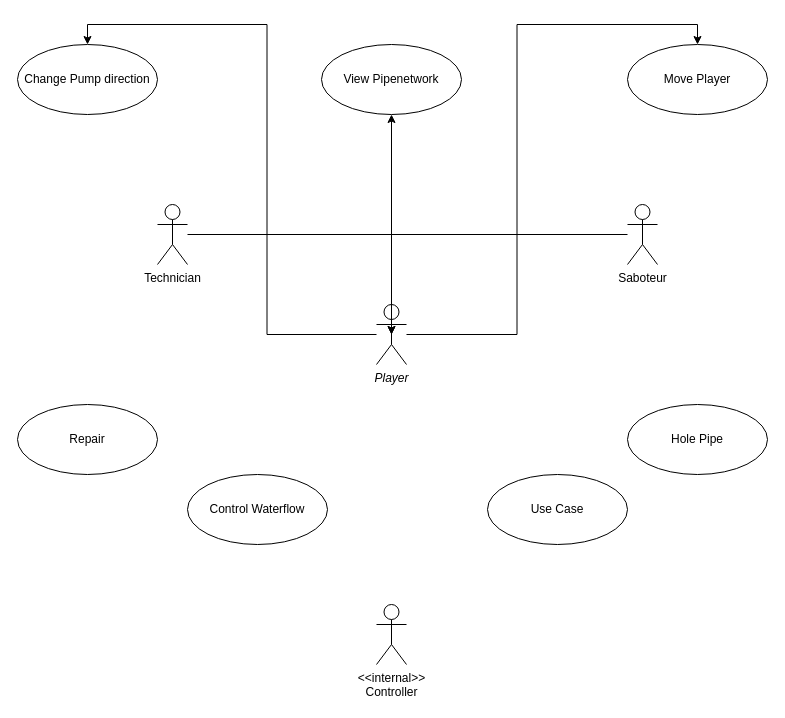
RuntimeError-BME/coursework keeps this draw.io diagram as misc/diagrams/USECASE.drawio. Above is the earlier version. Source tidied: cells renumbered, new cells numbered last; positions are measured from the earlier drawing's top-left corner, leaving out a move shared by most shapes. Both pictures are drawn from the tidied source at 100%, with x=0, y=0 at pixel (17, 44).
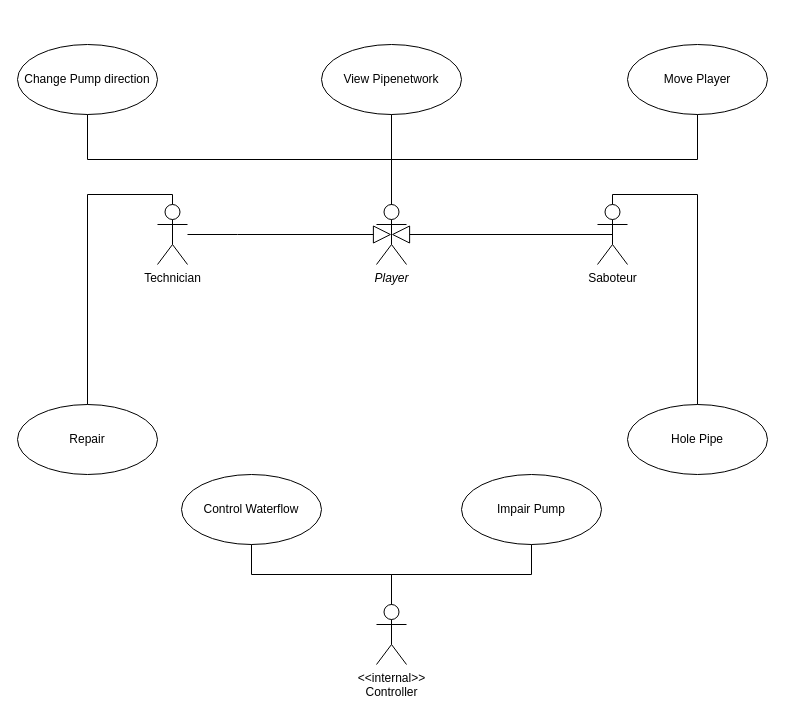
Above is the later version.

The change refers to these unchanged cells:
```xml
<mxCell id="2" value="View Pipenetwork" style="ellipse;whiteSpace=wrap;html=1;" parent="1" vertex="1">
  <mxGeometry x="304" width="140" height="70" as="geometry" />
</mxCell>
<mxCell id="3" value="Move Player" style="ellipse;whiteSpace=wrap;html=1;" parent="1" vertex="1">
  <mxGeometry x="610" width="140" height="70" as="geometry" />
</mxCell>
<mxCell id="4" value="Change Pump direction" style="ellipse;whiteSpace=wrap;html=1;" parent="1" vertex="1">
  <mxGeometry width="140" height="70" as="geometry" />
</mxCell>
<mxCell id="10" value="Technician" style="shape=umlActor;verticalLabelPosition=bottom;verticalAlign=top;html=1;outlineConnect=0;" parent="1" vertex="1">
  <mxGeometry x="140" y="160" width="30" height="60" as="geometry" />
</mxCell>
<mxCell id="13" value="&amp;lt;&amp;lt;internal&amp;gt;&amp;gt; &lt;br&gt;Controller" style="shape=umlActor;verticalLabelPosition=bottom;verticalAlign=top;html=1;outlineConnect=0;" parent="1" vertex="1">
  <mxGeometry x="359" y="560" width="30" height="60" as="geometry" />
</mxCell>
<mxCell id="14" value="Repair" style="ellipse;whiteSpace=wrap;html=1;" parent="1" vertex="1">
  <mxGeometry y="360" width="140" height="70" as="geometry" />
</mxCell>
<mxCell id="17" value="Hole Pipe" style="ellipse;whiteSpace=wrap;html=1;" parent="1" vertex="1">
  <mxGeometry x="610" y="360" width="140" height="70" as="geometry" />
</mxCell>
```

The edit, as a diff of the source:
```diff
@@
-    <mxCell id="5" style="edgeStyle=orthogonalEdgeStyle;rounded=0;jettySize=auto;html=1;entryX=0.5;entryY=0;entryDx=0;entryDy=0;" parent="1" edge="1" source="8" target="4">
-      <mxGeometry relative="1" as="geometry" />
-    </mxCell>
-    <mxCell id="6" style="edgeStyle=orthogonalEdgeStyle;rounded=0;jettySize=auto;html=1;" parent="1" edge="1" source="8" target="2">
-      <mxGeometry relative="1" as="geometry" />
-    </mxCell>
-    <mxCell id="7" style="edgeStyle=orthogonalEdgeStyle;rounded=0;jettySize=auto;html=1;entryX=0.5;entryY=0;entryDx=0;entryDy=0;" parent="1" edge="1" source="8" target="3">
-      <mxGeometry relative="1" as="geometry" />
-    </mxCell>
     <mxCell id="8" value="Player" style="shape=umlActor;verticalLabelPosition=bottom;verticalAlign=top;html=1;outlineConnect=0;fontStyle=2;" parent="1" vertex="1">
-      <mxGeometry x="359" y="260" width="30" height="60" as="geometry" />
+      <mxGeometry x="359" y="160" width="30" height="60" as="geometry" />
     </mxCell>
-    <mxCell id="9" style="edgeStyle=orthogonalEdgeStyle;rounded=0;jettySize=auto;html=1;entryX=0.5;entryY=0.5;entryDx=0;entryDy=0;entryPerimeter=0;" parent="1" edge="1" source="10" target="8">
-      <mxGeometry relative="1" as="geometry" />
-    </mxCell>
@@
-    <mxCell id="11" style="edgeStyle=orthogonalEdgeStyle;rounded=0;jettySize=auto;html=1;entryX=0.5;entryY=0.5;entryDx=0;entryDy=0;entryPerimeter=0;" parent="1" edge="1" source="12" target="8">
-      <mxGeometry relative="1" as="geometry" />
-    </mxCell>
     <mxCell id="12" value="Saboteur" style="shape=umlActor;verticalLabelPosition=bottom;verticalAlign=top;html=1;outlineConnect=0;" parent="1" vertex="1">
-      <mxGeometry x="610" y="160" width="30" height="60" as="geometry" />
+      <mxGeometry x="580" y="160" width="30" height="60" as="geometry" />
     </mxCell>
@@
     <mxCell id="15" value="Control Waterflow" style="ellipse;whiteSpace=wrap;html=1;" parent="1" vertex="1">
-      <mxGeometry x="170" y="430" width="140" height="70" as="geometry" />
+      <mxGeometry x="164" y="430" width="140" height="70" as="geometry" />
     </mxCell>
-    <mxCell id="16" value="Use Case" style="ellipse;whiteSpace=wrap;html=1;" parent="1" vertex="1">
-      <mxGeometry x="470" y="430" width="140" height="70" as="geometry" />
+    <mxCell id="16" value="Impair Pump" style="ellipse;whiteSpace=wrap;html=1;" parent="1" vertex="1">
+      <mxGeometry x="444" y="430" width="140" height="70" as="geometry" />
     </mxCell>
@@
+    <mxCell id="18" style="endArrow=block;endSize=16;endFill=0;html=1;rounded=0;entryX=0.5;entryY=0.5;entryDx=0;entryDy=0;entryPerimeter=0;" parent="1" edge="1" target="8">
+      <mxGeometry relative="1" as="geometry">
+        <mxPoint x="170" y="190" as="sourcePoint" />
+        <Array as="points">
+          <mxPoint x="220" y="190" />
+        </Array>
+      </mxGeometry>
+    </mxCell>
+    <mxCell id="11" style="endArrow=block;endSize=16;endFill=0;html=1;rounded=0;exitX=0.5;exitY=0.5;exitDx=0;exitDy=0;exitPerimeter=0;entryX=0.5;entryY=0.5;entryDx=0;entryDy=0;entryPerimeter=0;" parent="1" edge="1" source="12" target="8">
+      <mxGeometry relative="1" as="geometry" />
+    </mxCell>
+    <mxCell id="6" style="endArrow=none;html=1;edgeStyle=orthogonalEdgeStyle;rounded=0;exitX=0.5;exitY=0;exitDx=0;exitDy=0;exitPerimeter=0;" parent="1" edge="1" source="8" target="2">
+      <mxGeometry relative="1" as="geometry" />
+    </mxCell>
+    <mxCell id="5" style="endArrow=none;html=1;edgeStyle=orthogonalEdgeStyle;rounded=0;exitX=0.5;exitY=0;exitDx=0;exitDy=0;exitPerimeter=0;" parent="1" edge="1" source="8" target="4">
+      <mxGeometry relative="1" as="geometry" />
+    </mxCell>
+    <mxCell id="7" style="endArrow=none;html=1;edgeStyle=orthogonalEdgeStyle;rounded=0;exitX=0.5;exitY=0;exitDx=0;exitDy=0;exitPerimeter=0;entryX=0.5;entryY=1;entryDx=0;entryDy=0;" parent="1" edge="1" source="8" target="3">
+      <mxGeometry relative="1" as="geometry" />
+    </mxCell>
+    <mxCell id="19" style="endArrow=none;html=1;edgeStyle=orthogonalEdgeStyle;rounded=0;exitX=0.5;exitY=0;exitDx=0;exitDy=0;entryX=0.5;entryY=0;entryDx=0;entryDy=0;entryPerimeter=0;" parent="1" edge="1" source="14" target="10">
+      <mxGeometry relative="1" as="geometry" />
+    </mxCell>
+    <mxCell id="20" style="endArrow=none;html=1;edgeStyle=orthogonalEdgeStyle;rounded=0;exitX=0.5;exitY=0;exitDx=0;exitDy=0;entryX=0.5;entryY=0;entryDx=0;entryDy=0;entryPerimeter=0;" parent="1" edge="1" source="17" target="12">
+      <mxGeometry relative="1" as="geometry" />
+    </mxCell>
+    <mxCell id="21" style="endArrow=none;html=1;edgeStyle=orthogonalEdgeStyle;rounded=0;exitX=0.5;exitY=1;exitDx=0;exitDy=0;" parent="1" edge="1" source="15" target="13">
+      <mxGeometry relative="1" as="geometry" />
+    </mxCell>
+    <mxCell id="22" style="endArrow=none;html=1;edgeStyle=orthogonalEdgeStyle;rounded=0;exitX=0.5;exitY=0;exitDx=0;exitDy=0;entryX=0.5;entryY=1;entryDx=0;entryDy=0;exitPerimeter=0;" parent="1" edge="1" source="13" target="16">
+      <mxGeometry relative="1" as="geometry" />
+    </mxCell>
```
